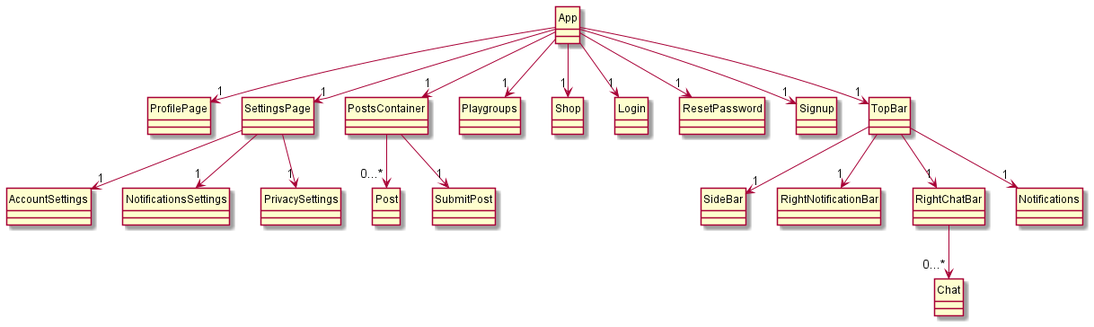
The PlantUML diagram docs/uml/ReactComponents.png in bryanwhl/pet-social, before a commit.
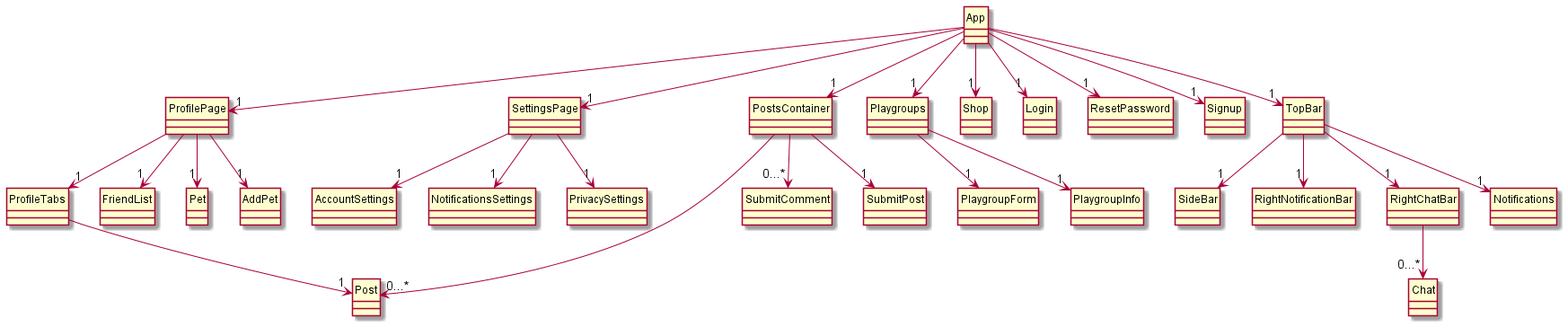
After the commit.

Commit message:
Update Developer Guide Diagrams

Diff of the diagram source:
```diff
@@ -4,11 +4,18 @@
 
 class App
 class ProfilePage
+class ProfileTabs
+class FriendList
+class Pet
+class AddPet
 class SettingsPage
 class PostsContainer
 class Playgroups
+class PlaygroupForm
+class PlaygroupInfo
 class Shop
 class Post
+class SubmitComment
 class SubmitPost
 class AccountSettings
 class NotificationsSettings
@@ -31,11 +38,19 @@
 App -->"1" SettingsPage
 App -->"1" Playgroups
 App -->"1" Shop
+ProfilePage --> "1" ProfileTabs
+ProfilePage --> "1" FriendList
+ProfilePage --> "1" Pet
+ProfilePage --> "1" AddPet
+ProfileTabs --> "1" Post
+Playgroups --> "1" PlaygroupForm
+Playgroups --> "1" PlaygroupInfo
 SettingsPage --> "1" AccountSettings
 SettingsPage --> "1" NotificationsSettings
 SettingsPage --> "1" PrivacySettings
 PostsContainer --> "1" SubmitPost
 PostsContainer --> "0...*" Post
+PostsContainer --> "0...*" SubmitComment
 TopBar --> "1" SideBar
 TopBar --> "1" RightNotificationBar
 TopBar --> "1" RightChatBar
```
